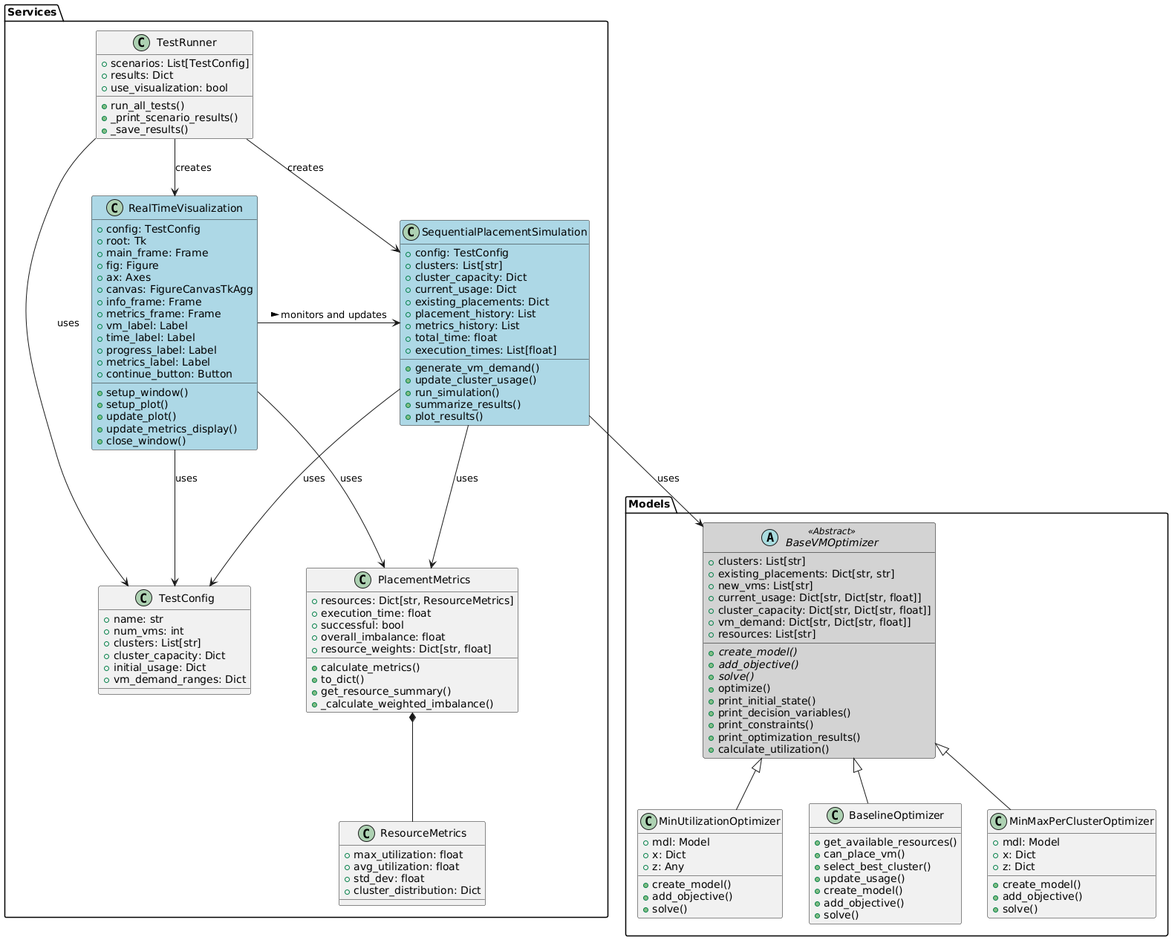
The PlantUML diagram without_hosts/doc/class_diagram.png in joagonzalez/optimization, before a commit.
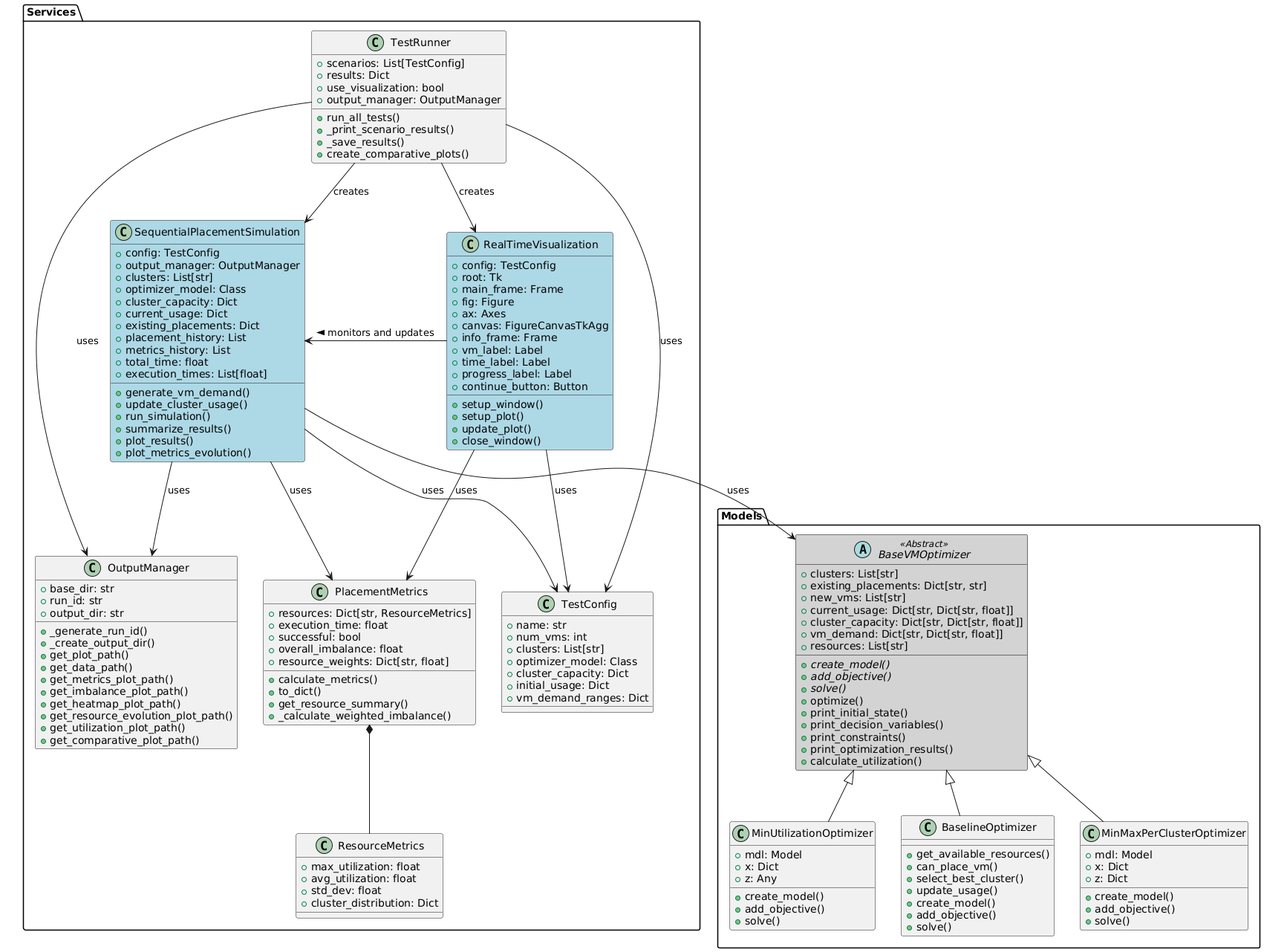
The same diagram one commit later.

Commit message:
update class diagram

Change to the diagram source:
```diff
@@ -56,24 +56,64 @@
     }
 }
 
-package "Services" #FFFFFF {
-    class TestRunner {
-        + scenarios: List[TestConfig]
-        + results: Dict
-        + use_visualization: bool
+package "Services" {
+    class OutputManager {
+        + base_dir: str
+        + run_id: str
+        + output_dir: str
         __
-        + run_all_tests()
-        + _print_scenario_results()
-        + _save_results()
+        + _generate_run_id()
+        + _create_output_dir()
+        + get_plot_path()
+        + get_data_path()
+        + get_metrics_plot_path()
+        + get_imbalance_plot_path()
+        + get_heatmap_plot_path()
+        + get_resource_evolution_plot_path()
+        + get_utilization_plot_path()
+        + get_comparative_plot_path()
     }
 
-    class TestConfig {
-        + name: str
-        + num_vms: int
-        + clusters: List[str]
-        + cluster_capacity: Dict
-        + initial_usage: Dict
-        + vm_demand_ranges: Dict
+    together {
+        class SequentialPlacementSimulation #lightblue {
+            + config: TestConfig
+            + output_manager: OutputManager
+            + clusters: List[str]
+            + optimizer_model: Class
+            + cluster_capacity: Dict
+            + current_usage: Dict
+            + existing_placements: Dict
+            + placement_history: List
+            + metrics_history: List
+            + total_time: float
+            + execution_times: List[float]
+            __
+            + generate_vm_demand()
+            + update_cluster_usage()
+            + run_simulation()
+            + summarize_results()
+            + plot_results()
+            + plot_metrics_evolution()
+        }
+
+        class RealTimeVisualization #lightblue {
+            + config: TestConfig
+            + root: Tk
+            + main_frame: Frame
+            + fig: Figure
+            + ax: Axes
+            + canvas: FigureCanvasTkAgg
+            + info_frame: Frame
+            + vm_label: Label
+            + time_label: Label
+            + progress_label: Label
+            + continue_button: Button
+            __
+            + setup_window()
+            + setup_plot()
+            + update_plot()
+            + close_window()
+        }
     }
 
     class PlacementMetrics {
@@ -96,48 +136,30 @@
         + cluster_distribution: Dict
     }
 
-    together {
-        class SequentialPlacementSimulation #lightblue {
-            + config: TestConfig
-            + clusters: List[str]
-            + cluster_capacity: Dict
-            + current_usage: Dict
-            + existing_placements: Dict
-            + placement_history: List
-            + metrics_history: List
-            + total_time: float
-            + execution_times: List[float]
-            __
-            + generate_vm_demand()
-            + update_cluster_usage()
-            + run_simulation()
-            + summarize_results()
-            + plot_results()
-        }
+    class TestConfig {
+        + name: str
+        + num_vms: int
+        + clusters: List[str]
+        + optimizer_model: Class
+        + cluster_capacity: Dict
+        + initial_usage: Dict
+        + vm_demand_ranges: Dict
+    }
 
-        class RealTimeVisualization #lightblue {
-            + config: TestConfig
-            + root: Tk
-            + main_frame: Frame
-            + fig: Figure
-            + ax: Axes
-            + canvas: FigureCanvasTkAgg
-            + info_frame: Frame
-            + metrics_frame: Frame
-            + vm_label: Label
-            + time_label: Label
-            + progress_label: Label
-            + metrics_label: Label
-            + continue_button: Button
-            __
-            + setup_window()
-            + setup_plot()
-            + update_plot()
-            + update_metrics_display()
-            + close_window()
-        }
+    class TestRunner {
+        + scenarios: List[TestConfig]
+        + results: Dict
+        + use_visualization: bool
+        + output_manager: OutputManager
+        __
+        + run_all_tests()
+        + _print_scenario_results()
+        + _save_results()
+        + create_comparative_plots()
     }
 }
+
+SequentialPlacementSimulation -[hidden]right- RealTimeVisualization
 
 BaseVMOptimizer <|-- MinUtilizationOptimizer
 BaseVMOptimizer <|-- BaselineOptimizer
@@ -146,11 +168,12 @@
 TestRunner --> TestConfig: uses
 TestRunner --> SequentialPlacementSimulation: creates
 TestRunner --> RealTimeVisualization: creates
+TestRunner --> OutputManager: uses
 
-SequentialPlacementSimulation -[hidden]right- RealTimeVisualization
 SequentialPlacementSimulation --> PlacementMetrics: uses
 SequentialPlacementSimulation --> TestConfig: uses
 SequentialPlacementSimulation --> BaseVMOptimizer: uses
+SequentialPlacementSimulation --> OutputManager: uses
 
 PlacementMetrics *-- ResourceMetrics
 
```
